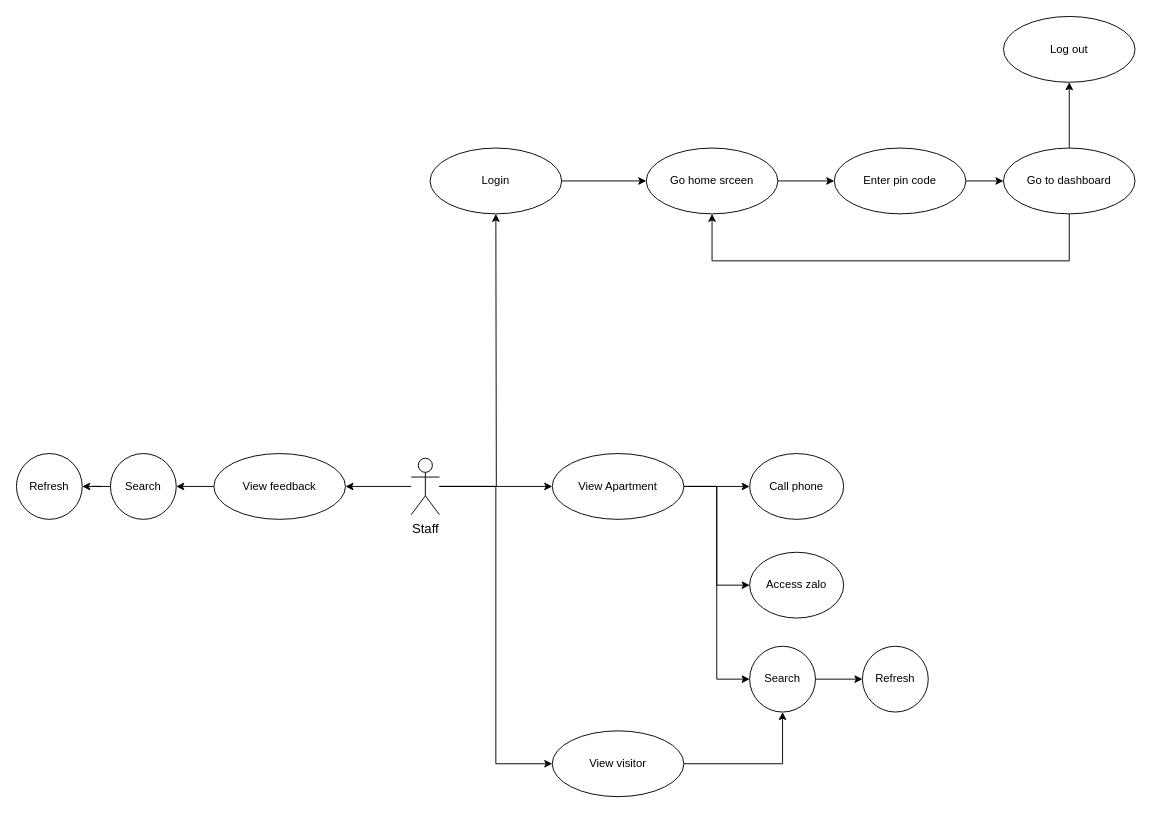
This is page "Page-1" (1 of 3) of diagram/usecase staff.drawio from duongminhthanh/app_system_management_visitor_for_old_aparment, a draw.io file, before an edit. Source tidied: cells renumbered, new cells numbered last; positions are measured from the earlier drawing's top-left corner, leaving out a move shared by most shapes. Both pictures are drawn from the tidied source at 94%, with x=0, y=0 at pixel (16, 16).
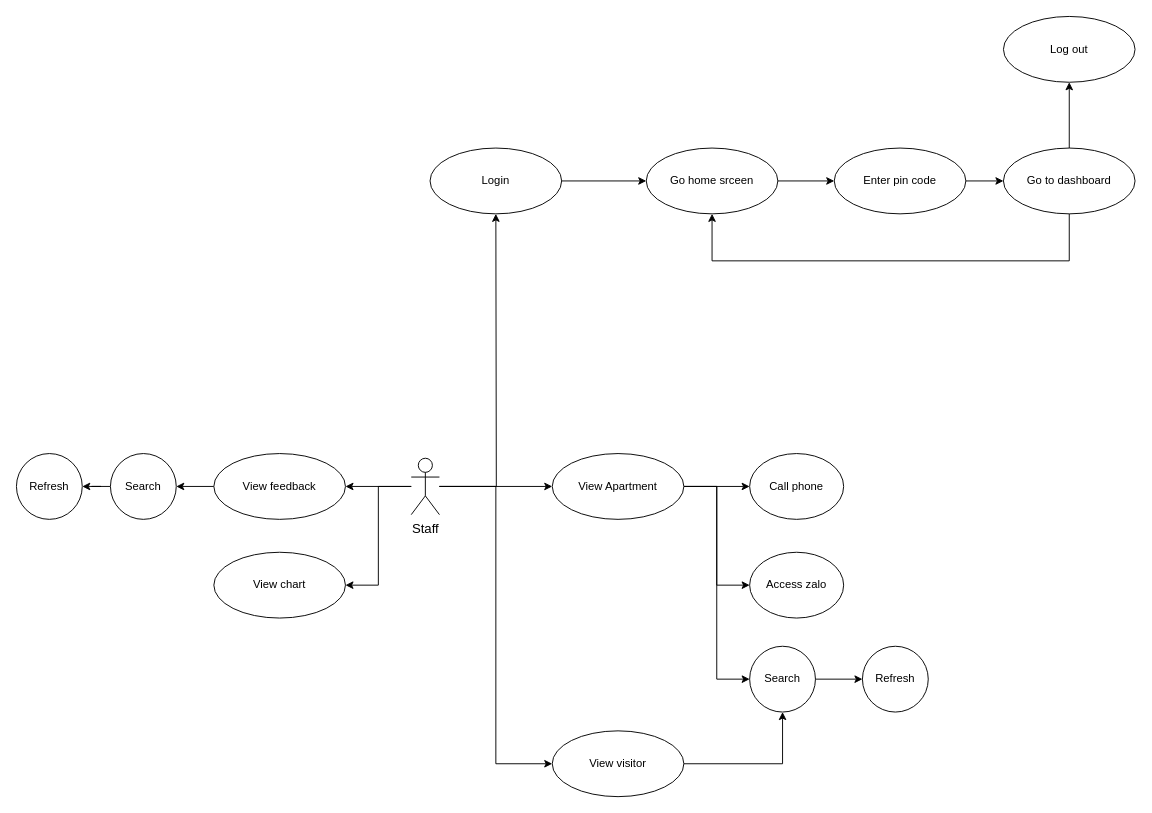
The same page after the edit.

The change refers to these unchanged cells:
```xml
<mxCell id="6" value="Staff" style="shape=umlActor;html=1;verticalLabelPosition=bottom;verticalAlign=top;align=center;fontSize=14;" parent="1" vertex="1">
  <mxGeometry x="420" y="470" width="30" height="60" as="geometry" />
</mxCell>
```

Diff of the diagram source:
```diff
@@
+    <mxCell id="33" style="edgeStyle=orthogonalEdgeStyle;rounded=0;jettySize=auto;html=1;entryX=1;entryY=0.5;entryDx=0;entryDy=0;" parent="1" edge="1" source="6" target="34">
+      <mxGeometry relative="1" as="geometry" />
+    </mxCell>
@@
+    <mxCell id="34" value="View chart" style="ellipse;whiteSpace=wrap;html=1;" parent="1" vertex="1">
+      <mxGeometry x="210" y="570" width="140" height="70" as="geometry" />
+    </mxCell>
```
